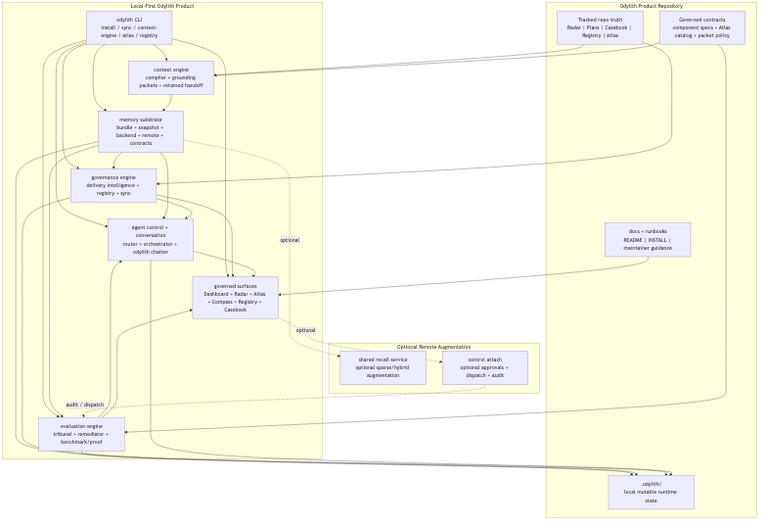
Earlier version of the Mermaid export odylith/atlas/source/odylith-installable-product-layered-topology.png (odylith/odylith). Its source is kept beside it as odylith/atlas/source/odylith-installable-product-layered-topology.mmd. Source of this version:
```mermaid
flowchart TD
    subgraph Repo["Odylith Product Repository"]
        Truth["Tracked repo truth<br/>Radar | Plans | Casebook | Registry | Atlas"]
        Contracts["Governed contracts<br/>component specs + Atlas catalog + packet policy"]
        Docs["docs + runbooks<br/>README | INSTALL | maintainer guidance"]
        RuntimeState[".odylith/<br/>local mutable runtime state"]
    end

    subgraph Product["Local-First Odylith Product"]
        CLI["odylith CLI<br/>install / sync / context-engine / atlas / registry"]
        Context["context engine<br/>compiler + grounding packets + retained handoff"]
        Memory["memory substrate<br/>bundle + snapshot + backend + remote + contracts"]
        Governance["governance engine<br/>delivery intelligence + registry + sync"]
        Evaluation["evaluation engine<br/>tribunal + remediator + benchmark/proof"]
        Conversation["agent control + conversation<br/>router + orchestrator + odylith chatter"]
        Surfaces["governed surfaces<br/>Dashboard + Radar + Atlas + Compass + Registry + Casebook"]
    end

    subgraph OptionalRemote["Optional Remote Augmentation"]
        Recall["shared recall service<br/>optional sparse/hybrid augmentation"]
        Control["control attach<br/>optional approvals + dispatch + audit"]
    end

    Truth --> Context
    Truth --> Governance
    Contracts --> Context
    Contracts --> Evaluation
    Docs --> Surfaces
    CLI --> Context
    CLI --> Memory
    CLI --> Governance
    CLI --> Evaluation
    CLI --> Conversation
    CLI --> Surfaces

    Context --> Memory
    Memory --> Governance
    Memory --> Evaluation
    Memory --> Conversation
    Governance --> Conversation
    Evaluation --> Conversation
    Governance --> Surfaces
    Evaluation --> Surfaces
    Conversation --> Surfaces

    Memory --> RuntimeState
    Governance --> RuntimeState
    Evaluation --> RuntimeState
    Conversation --> RuntimeState

    Memory -. optional .-> Recall
    Surfaces -. optional .-> Control
    Control -. audit / dispatch .-> Evaluation
```
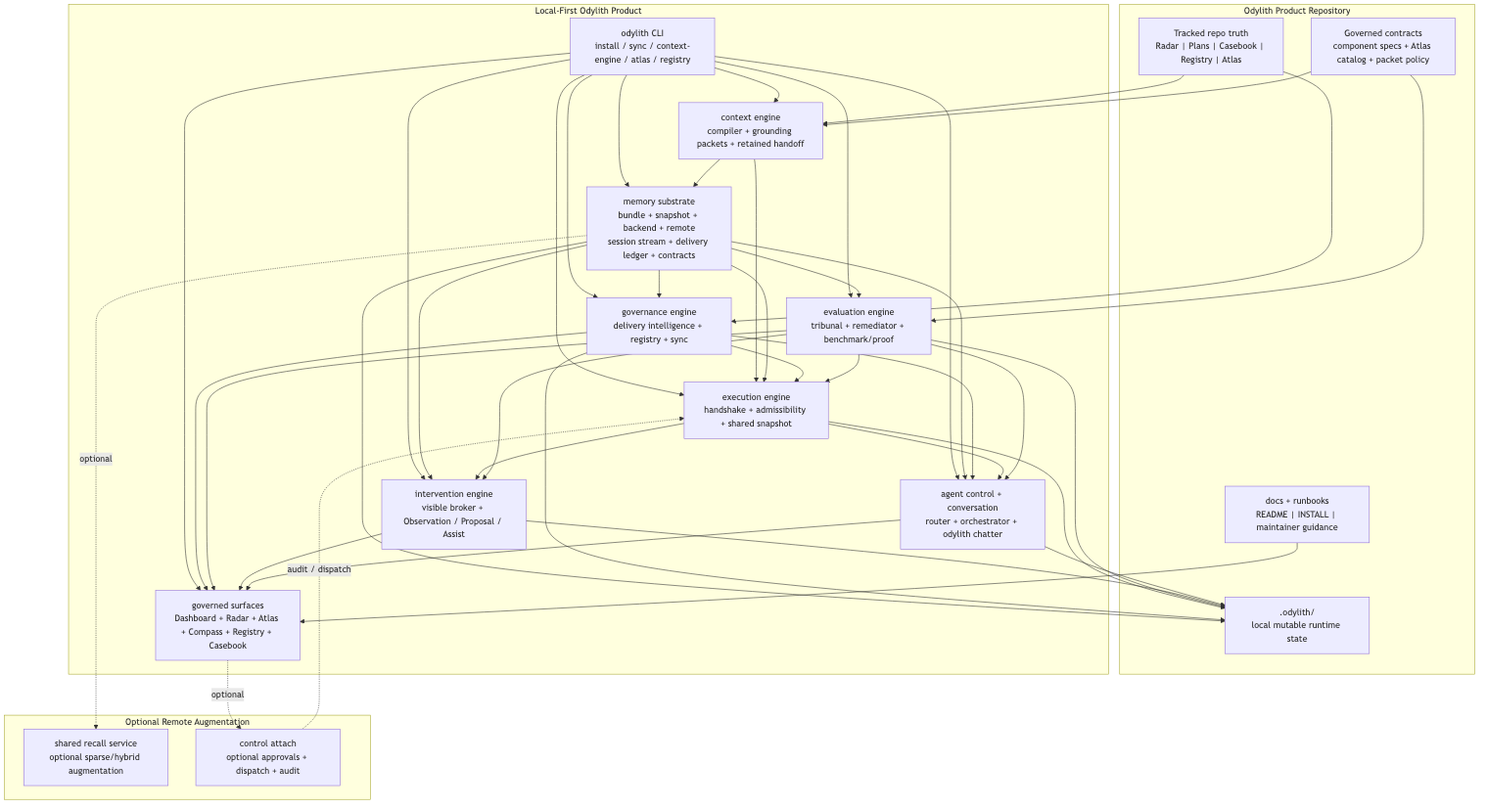
The same file after the commit.

Diff of the diagram source:
```diff
@@ -9,9 +9,11 @@
     subgraph Product["Local-First Odylith Product"]
         CLI["odylith CLI<br/>install / sync / context-engine / atlas / registry"]
         Context["context engine<br/>compiler + grounding packets + retained handoff"]
-        Memory["memory substrate<br/>bundle + snapshot + backend + remote + contracts"]
+        Memory["memory substrate<br/>bundle + snapshot + backend + remote<br/>session stream + delivery ledger + contracts"]
         Governance["governance engine<br/>delivery intelligence + registry + sync"]
+        Execution["execution engine<br/>handshake + admissibility + shared snapshot"]
         Evaluation["evaluation engine<br/>tribunal + remediator + benchmark/proof"]
+        Intervention["intervention engine<br/>visible broker + Observation / Proposal / Assist"]
         Conversation["agent control + conversation<br/>router + orchestrator + odylith chatter"]
         Surfaces["governed surfaces<br/>Dashboard + Radar + Atlas + Compass + Registry + Casebook"]
     end
@@ -29,25 +31,38 @@
     CLI --> Context
     CLI --> Memory
     CLI --> Governance
+    CLI --> Execution
     CLI --> Evaluation
+    CLI --> Intervention
     CLI --> Conversation
     CLI --> Surfaces
 
     Context --> Memory
+    Context --> Execution
     Memory --> Governance
+    Memory --> Execution
     Memory --> Evaluation
+    Memory --> Intervention
     Memory --> Conversation
+    Governance --> Execution
     Governance --> Conversation
+    Execution --> Intervention
+    Execution --> Conversation
     Evaluation --> Conversation
+    Evaluation --> Execution
+    Evaluation --> Intervention
     Governance --> Surfaces
     Evaluation --> Surfaces
+    Intervention --> Surfaces
     Conversation --> Surfaces
 
     Memory --> RuntimeState
     Governance --> RuntimeState
+    Execution --> RuntimeState
     Evaluation --> RuntimeState
+    Intervention --> RuntimeState
     Conversation --> RuntimeState
 
     Memory -. optional .-> Recall
     Surfaces -. optional .-> Control
-    Control -. audit / dispatch .-> Evaluation
+    Control -. audit / dispatch .-> Execution
```
